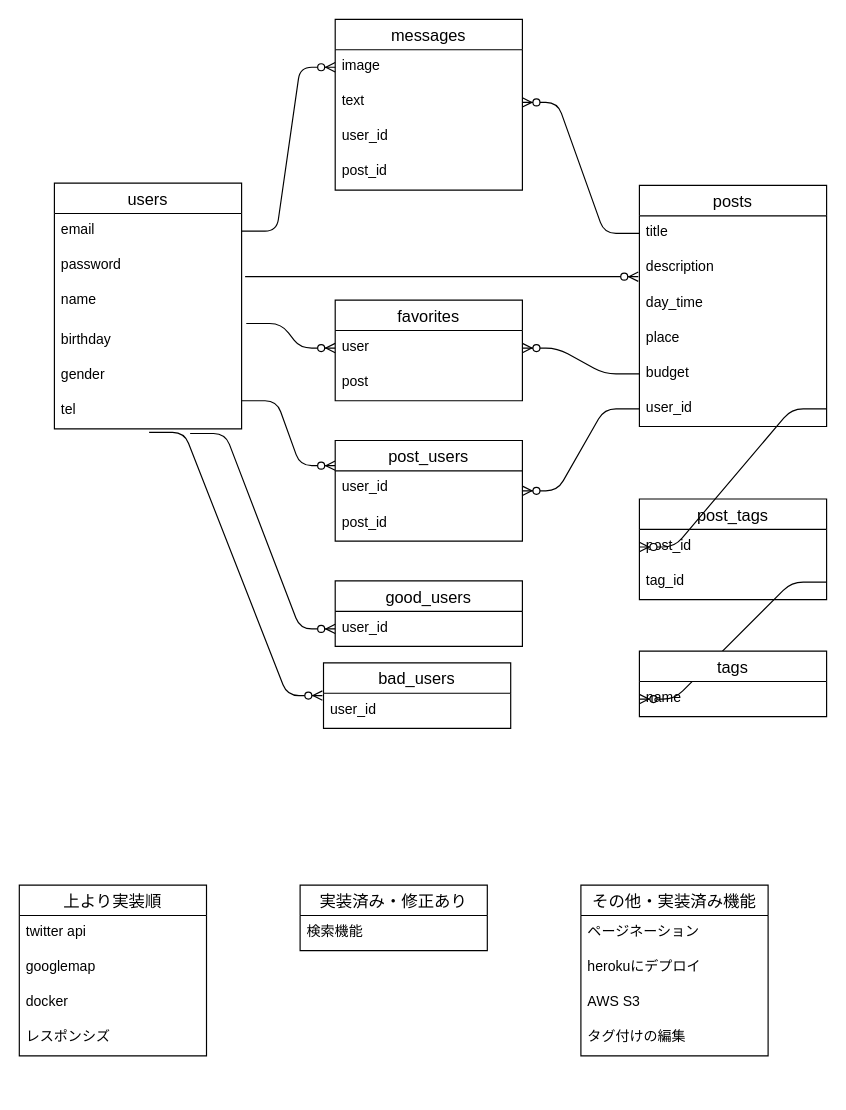
Above: oriapp2.dio in koyama1058/oriapp (draw.io), before the change. Source tidied: cells renumbered, new cells numbered last; positions are measured from the earlier drawing's top-left corner, leaving out a move shared by most shapes. Both pictures are drawn from the tidied source at 117%, with x=0, y=0 at pixel (19, 19).
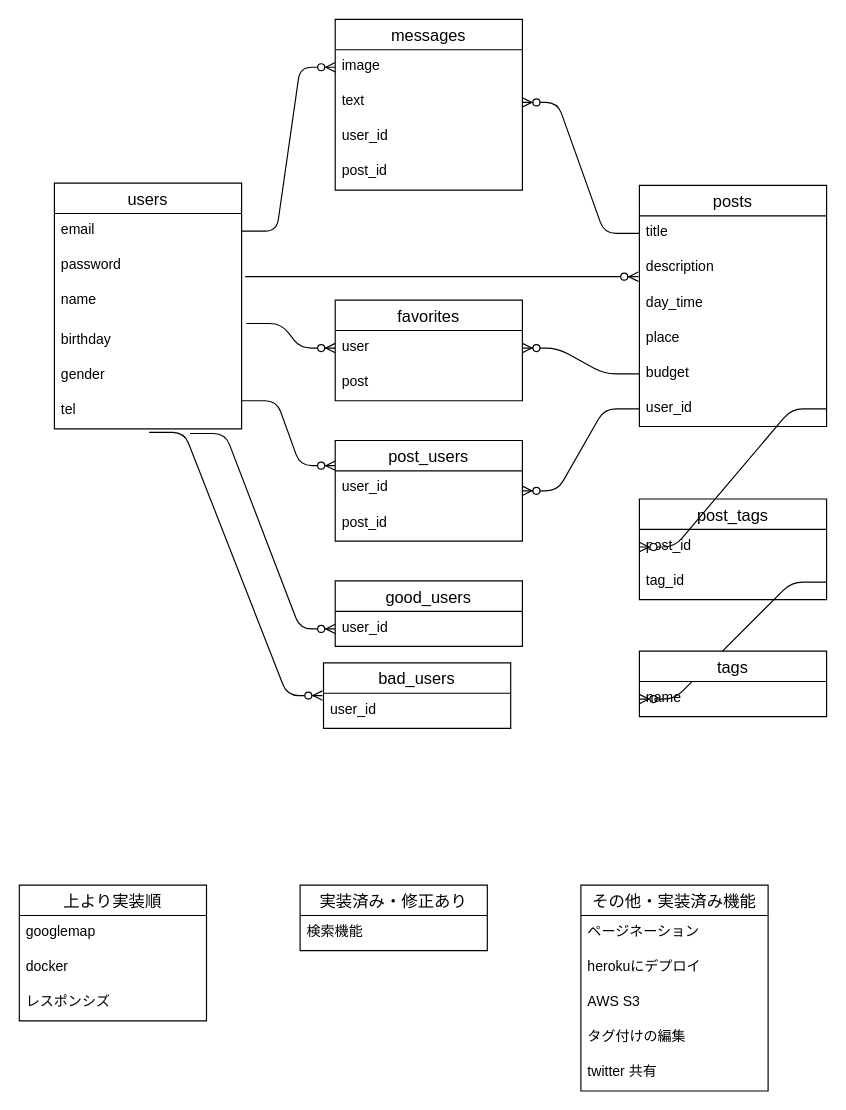
Above is the later version.

Change to the diagram source:
```diff
@@
     <mxCell id="35" value="その他・実装済み機能" style="swimlane;fontStyle=0;horizontal=1;startSize=26;align=center;fontSize=14;" parent="1" vertex="1">
-      <mxGeometry x="480" y="740" width="160" height="146" as="geometry" />
+      <mxGeometry x="480" y="740" width="160" height="176" as="geometry" />
     </mxCell>
@@
+    <mxCell id="48" value="twitter 共有" style="text;strokeColor=none;fillColor=none;spacingLeft=4;spacingRight=4;overflow=hidden;fontSize=12;" parent="35" vertex="1">
+      <mxGeometry y="146" width="160" height="30" as="geometry" />
+    </mxCell>
@@
     <mxCell id="47" value="上より実装順" style="swimlane;fontStyle=0;horizontal=1;startSize=26;align=center;fontSize=14;" parent="1" vertex="1">
-      <mxGeometry y="740" width="160" height="146" as="geometry" />
+      <mxGeometry y="740" width="160" height="116" as="geometry" />
     </mxCell>
-    <mxCell id="48" value="twitter api" style="text;strokeColor=none;fillColor=none;spacingLeft=4;spacingRight=4;overflow=hidden;fontSize=12;" parent="47" vertex="1">
-      <mxGeometry y="26" width="160" height="30" as="geometry" />
-    </mxCell>
     <mxCell id="49" value="googlemap" style="text;strokeColor=none;fillColor=none;spacingLeft=4;spacingRight=4;overflow=hidden;fontSize=12;" parent="47" vertex="1">
-      <mxGeometry y="56" width="160" height="30" as="geometry" />
+      <mxGeometry y="26" width="160" height="30" as="geometry" />
     </mxCell>
     <mxCell id="50" value="docker" style="text;strokeColor=none;fillColor=none;spacingLeft=4;spacingRight=4;overflow=hidden;fontSize=12;" parent="47" vertex="1">
-      <mxGeometry y="86" width="160" height="30" as="geometry" />
+      <mxGeometry y="56" width="160" height="30" as="geometry" />
     </mxCell>
     <mxCell id="51" value="レスポンシズ" style="text;strokeColor=none;fillColor=none;spacingLeft=4;spacingRight=4;overflow=hidden;fontSize=12;" parent="47" vertex="1">
-      <mxGeometry y="116" width="160" height="30" as="geometry" />
+      <mxGeometry y="86" width="160" height="30" as="geometry" />
     </mxCell>
```
